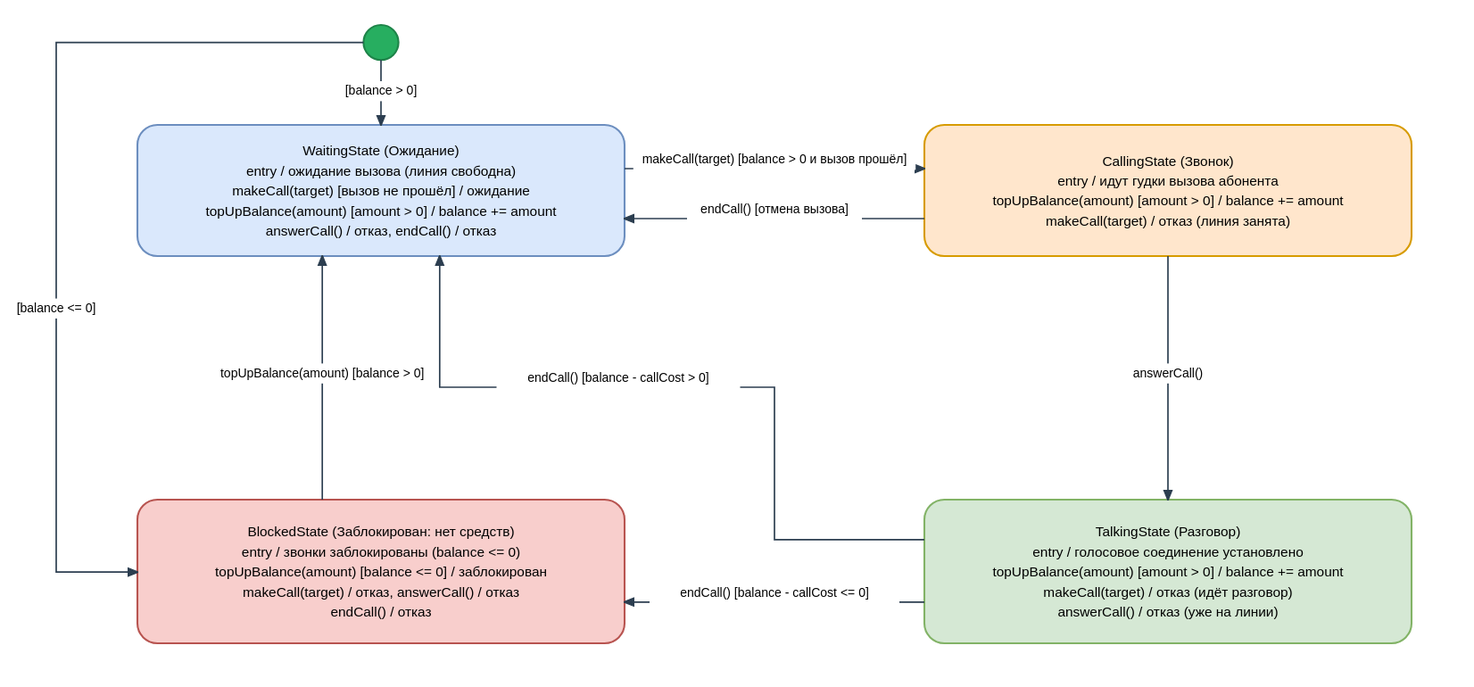
The PlantUML diagram lab-4/state_diagram.drawio.svg in NomenConservandum/informational-systems-and-design-lab-exercises, before a commit. Its source is kept beside it as lab-4/state_diagram.puml.
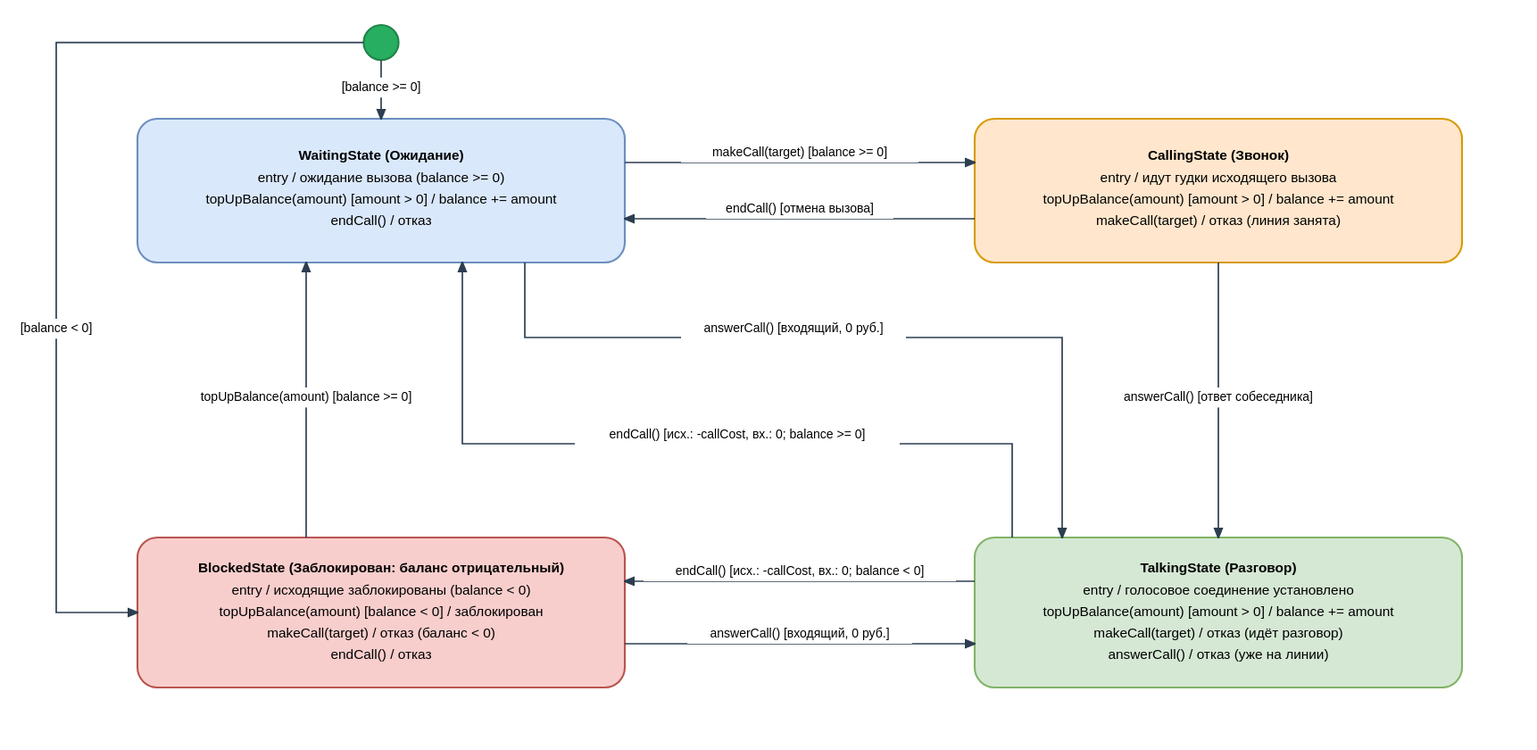
After the change.

The edit, as a diff of the source:
```diff
@@ -12,19 +12,17 @@
     FontName Helvetica
 }
 
-[*] --> WaitingState : [balance > 0]
-[*] --> BlockedState : [balance <= 0]
+[*] --> WaitingState : [balance >= 0]
+[*] --> BlockedState : [balance < 0]
 
 state "WaitingState (Ожидание)" as WaitingState #dae8fc {
-    WaitingState : entry / ожидание вызова (линия свободна)
-    WaitingState : makeCall(target) [вызов не прошёл] / остаётся в ожидании
+    WaitingState : entry / ожидание вызова (balance >= 0)
     WaitingState : topUpBalance(amount) [amount > 0] / balance += amount
-    WaitingState : answerCall() / отказ
     WaitingState : endCall() / отказ
 }
 
 state "CallingState (Звонок)" as CallingState #ffe6cc {
-    CallingState : entry / идут гудки вызова абонента
+    CallingState : entry / идут гудки исходящего вызова
     CallingState : topUpBalance(amount) [amount > 0] / balance += amount
     CallingState : makeCall(target) / отказ (линия занята)
 }
@@ -36,19 +34,20 @@
     TalkingState : answerCall() / отказ (уже на линии)
 }
 
-state "BlockedState (Заблокирован: нет средств)" as BlockedState #f8cecc {
-    BlockedState : entry / звонки заблокированы (balance <= 0)
-    BlockedState : topUpBalance(amount) [balance <= 0] / остаётся заблокирован
-    BlockedState : makeCall(target) / отказ
-    BlockedState : answerCall() / отказ
+state "BlockedState (Заблокирован: баланс отрицательный)" as BlockedState #f8cecc {
+    BlockedState : entry / исходящие заблокированы (balance < 0)
+    BlockedState : topUpBalance(amount) [balance < 0] / заблокирован
+    BlockedState : makeCall(target) / отказ (баланс < 0)
     BlockedState : endCall() / отказ
 }
 
-WaitingState --> CallingState : makeCall(target) [balance > 0 и вызов прошёл]
+WaitingState --> CallingState : makeCall(target) [balance >= 0]
 CallingState --> WaitingState : endCall() [отмена вызова]
-CallingState --> TalkingState : answerCall()
-TalkingState --> WaitingState : endCall() [balance - callCost > 0]
-TalkingState --> BlockedState : endCall() [balance - callCost <= 0]
-BlockedState --> WaitingState : topUpBalance(amount) [balance > 0]
+CallingState --> TalkingState : answerCall() [ответ собеседника]
+WaitingState --> TalkingState : answerCall() [входящий, 0 руб.]
+BlockedState --> TalkingState : answerCall() [входящий, 0 руб.]
+TalkingState --> WaitingState : endCall() [исх.: -callCost, вх.: 0; balance >= 0]
+TalkingState --> BlockedState : endCall() [исх.: -callCost, вх.: 0; balance < 0]
+BlockedState --> WaitingState : topUpBalance(amount) [balance >= 0]
 
 @enduml
```
